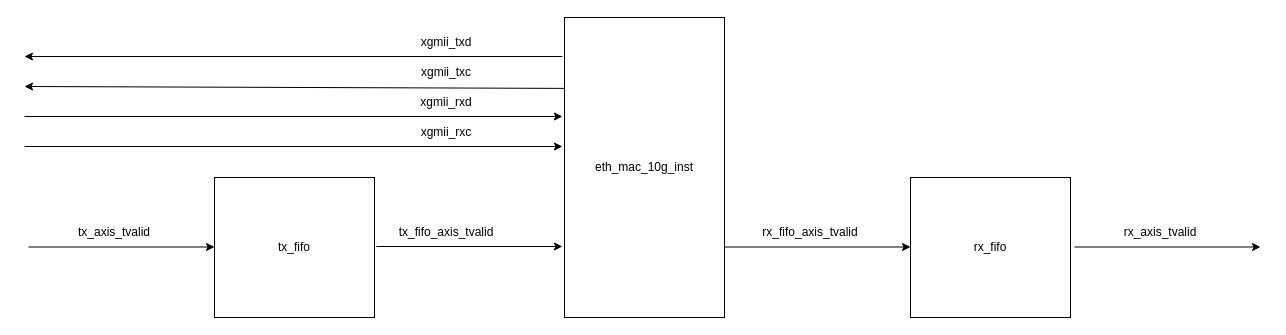
Before: page "eth_mac_10g_fifo" (4 of 4) of verilog-ethernet.drawio in gdhzyz/draws, a draw.io diagram. Source tidied: cells renumbered, new cells numbered last; positions are measured from the earlier drawing's top-left corner, leaving out a move shared by most shapes. Both pictures are drawn from the tidied source at 100%, with x=0, y=0 at pixel (24, 17).
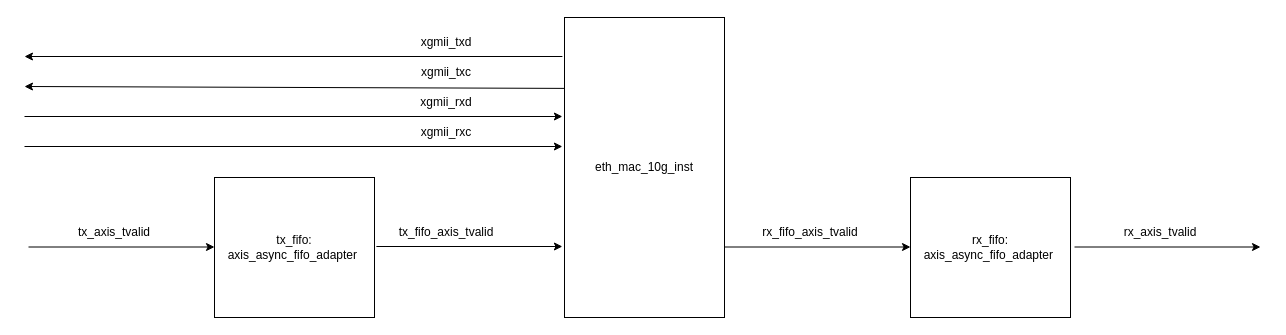
Above is the later version.

What changed in the source:
```diff
@@
-    <mxCell id="13" value="tx_fifo" style="rounded=0;whiteSpace=wrap;html=1;" parent="1" vertex="1">
+    <mxCell id="13" value="tx_fifo:&lt;div&gt;axis_async_fifo_adapter&amp;nbsp;&lt;/div&gt;" style="rounded=0;whiteSpace=wrap;html=1;" parent="1" vertex="1">
       <mxGeometry x="190" y="160" width="160" height="140" as="geometry" />
     </mxCell>
@@
-    <mxCell id="16" value="rx_fifo" style="rounded=0;whiteSpace=wrap;html=1;" parent="1" vertex="1">
+    <mxCell id="16" value="rx_fifo:&lt;div&gt;axis_async_fifo_adapter&amp;nbsp;&lt;/div&gt;" style="rounded=0;whiteSpace=wrap;html=1;" parent="1" vertex="1">
       <mxGeometry x="886" y="160" width="160" height="140" as="geometry" />
     </mxCell>
```
